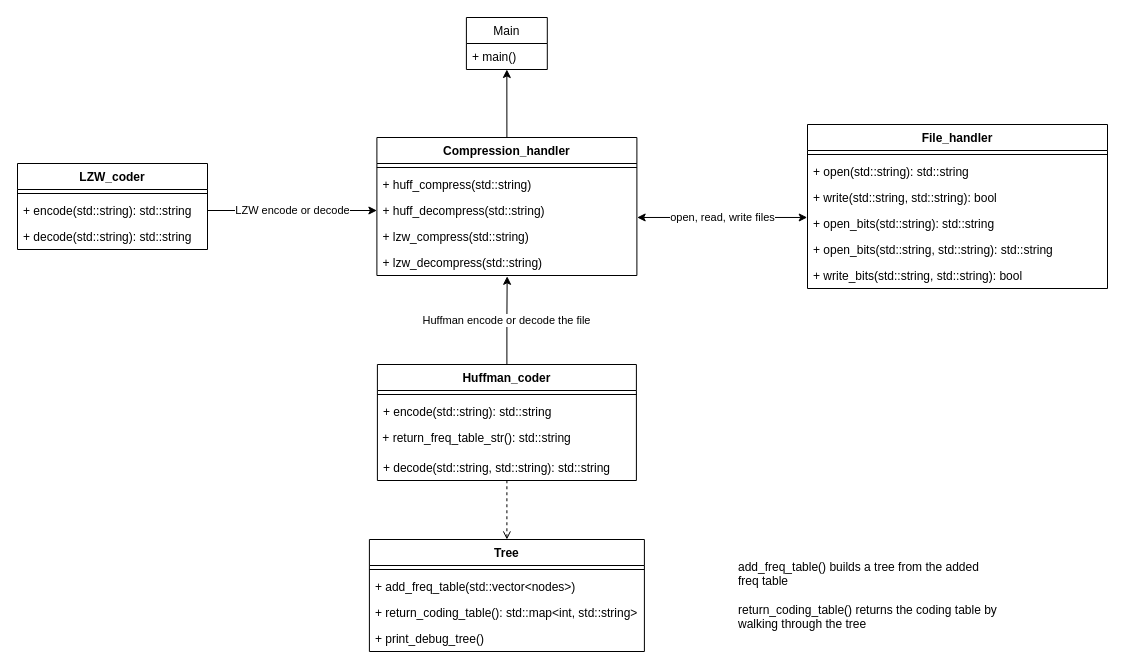
Earlier version of the draw.io diagram docs/drawio/Overview.drawio (pip12345/Compression). Source tidied: cells renumbered, new cells numbered last; positions are measured from the earlier drawing's top-left corner, leaving out a move shared by most shapes. Both pictures are drawn from the tidied source at 100%, with x=0, y=0 at pixel (17, 17).
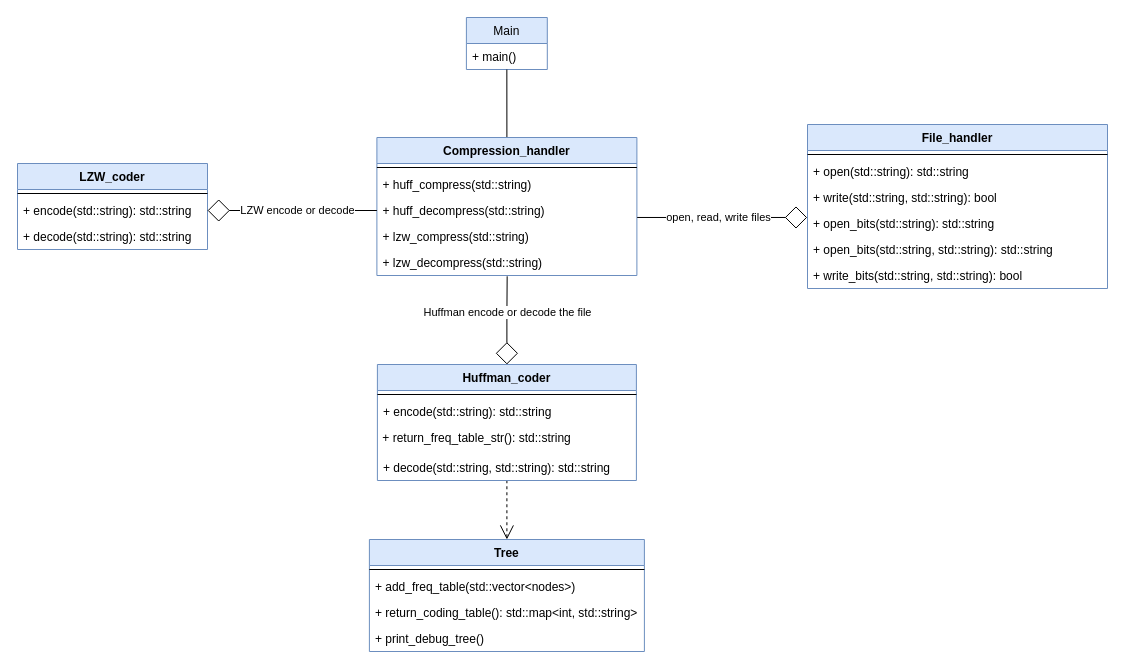
Above is the later version.

Change to the diagram source:
```diff
@@
-    <mxCell id="2" value="Main" style="swimlane;fontStyle=0;horizontal=1;startSize=26;fillColor=none;" parent="1" vertex="1">
+    <mxCell id="2" value="Main" style="swimlane;fontStyle=0;horizontal=1;startSize=26;fillColor=#dae8fc;strokeColor=#6c8ebf;" parent="1" vertex="1">
       <mxGeometry x="448.9" width="80.9" height="52" as="geometry" />
     </mxCell>
-    <mxCell id="3" value="+ main()" style="text;strokeColor=none;fillColor=none;align=left;verticalAlign=top;spacingLeft=4;spacingRight=4;overflow=hidden;" parent="2" vertex="1">
+    <mxCell id="3" value="+ main()" style="text;align=left;verticalAlign=top;spacingLeft=4;spacingRight=4;overflow=hidden;" parent="2" vertex="1">
       <mxGeometry y="26" width="80.9" height="26" as="geometry" />
     </mxCell>
-    <mxCell id="4" style="edgeStyle=orthogonalEdgeStyle;rounded=0;jettySize=auto;html=1;exitX=0.5;exitY=0;exitDx=0;exitDy=0;entryX=0.5;entryY=1;entryDx=0;entryDy=0;" parent="1" edge="1" source="5" target="2">
+    <mxCell id="4" style="edgeStyle=orthogonalEdgeStyle;rounded=0;jettySize=auto;html=1;exitX=0.5;exitY=0;exitDx=0;exitDy=0;entryX=0.5;entryY=1;entryDx=0;entryDy=0;endArrow=none;endFill=0;" parent="1" edge="1" source="5" target="2">
       <mxGeometry relative="1" as="geometry" />
     </mxCell>
-    <mxCell id="5" value="Compression_handler" style="swimlane;fontStyle=1;align=center;verticalAlign=top;horizontal=1;startSize=26;" parent="1" vertex="1">
+    <mxCell id="5" value="Compression_handler" style="swimlane;fontStyle=1;align=center;verticalAlign=top;horizontal=1;startSize=26;fillColor=#dae8fc;strokeColor=#6c8ebf;" parent="1" vertex="1">
       <mxGeometry x="359.4" y="120" width="260" height="138" as="geometry" />
     </mxCell>
@@
-    <mxCell id="7" value="+ huff_compress(std::string)&#10;" style="text;strokeColor=none;fillColor=none;align=left;verticalAlign=top;spacingLeft=4;spacingRight=4;overflow=hidden;" parent="5" vertex="1">
+    <mxCell id="7" value="+ huff_compress(std::string)&#10;" style="text;align=left;verticalAlign=top;spacingLeft=4;spacingRight=4;overflow=hidden;" parent="5" vertex="1">
       <mxGeometry y="34" width="260" height="26" as="geometry" />
     </mxCell>
-    <mxCell id="8" value="+ huff_decompress(std::string)&#10;" style="text;strokeColor=none;fillColor=none;align=left;verticalAlign=top;spacingLeft=4;spacingRight=4;overflow=hidden;points=[[0,0.5],[1,0.5]];portConstraint=eastwest;" parent="5" vertex="1">
+    <mxCell id="8" value="+ huff_decompress(std::string)&#10;" style="text;align=left;verticalAlign=top;spacingLeft=4;spacingRight=4;overflow=hidden;points=[[0,0.5],[1,0.5]];portConstraint=eastwest;" parent="5" vertex="1">
       <mxGeometry y="60" width="260" height="26" as="geometry" />
     </mxCell>
-    <mxCell id="9" value="+ lzw_compress(std::string)&#10;" style="text;strokeColor=none;fillColor=none;align=left;verticalAlign=top;spacingLeft=4;spacingRight=4;overflow=hidden;" parent="5" vertex="1">
+    <mxCell id="9" value="+ lzw_compress(std::string)&#10;" style="text;align=left;verticalAlign=top;spacingLeft=4;spacingRight=4;overflow=hidden;" parent="5" vertex="1">
       <mxGeometry y="86" width="260" height="26" as="geometry" />
     </mxCell>
-    <mxCell id="10" value="+ lzw_decompress(std::string)&#10;" style="text;strokeColor=none;fillColor=none;align=left;verticalAlign=top;spacingLeft=4;spacingRight=4;overflow=hidden;points=[[0,0.5],[1,0.5]];portConstraint=eastwest;" parent="5" vertex="1">
+    <mxCell id="10" value="+ lzw_decompress(std::string)&#10;" style="text;align=left;verticalAlign=top;spacingLeft=4;spacingRight=4;overflow=hidden;points=[[0,0.5],[1,0.5]];portConstraint=eastwest;" parent="5" vertex="1">
       <mxGeometry y="112" width="260" height="26" as="geometry" />
     </mxCell>
-    <mxCell id="11" value="File_handler" style="swimlane;fontStyle=1;align=center;verticalAlign=top;horizontal=1;startSize=26;" parent="1" vertex="1">
+    <mxCell id="11" value="File_handler" style="swimlane;fontStyle=1;align=center;verticalAlign=top;horizontal=1;startSize=26;fillColor=#dae8fc;strokeColor=#6c8ebf;" parent="1" vertex="1">
       <mxGeometry x="790" y="107" width="300" height="164" as="geometry" />
     </mxCell>
@@
-    <mxCell id="13" value="+ open(std::string): std::string" style="text;strokeColor=none;fillColor=none;align=left;verticalAlign=top;spacingLeft=4;spacingRight=4;overflow=hidden;" parent="11" vertex="1">
+    <mxCell id="13" value="+ open(std::string): std::string" style="text;align=left;verticalAlign=top;spacingLeft=4;spacingRight=4;overflow=hidden;" parent="11" vertex="1">
       <mxGeometry y="34" width="300" height="26" as="geometry" />
     </mxCell>
-    <mxCell id="14" value="+ write(std::string, std::string): bool" style="text;strokeColor=none;fillColor=none;align=left;verticalAlign=top;spacingLeft=4;spacingRight=4;overflow=hidden;" parent="11" vertex="1">
+    <mxCell id="14" value="+ write(std::string, std::string): bool" style="text;align=left;verticalAlign=top;spacingLeft=4;spacingRight=4;overflow=hidden;" parent="11" vertex="1">
       <mxGeometry y="60" width="300" height="26" as="geometry" />
     </mxCell>
-    <mxCell id="15" value="+ open_bits(std::string): std::string" style="text;strokeColor=none;fillColor=none;align=left;verticalAlign=top;spacingLeft=4;spacingRight=4;overflow=hidden;points=[[0,0.5],[1,0.5]];portConstraint=eastwest;" parent="11" vertex="1">
+    <mxCell id="15" value="+ open_bits(std::string): std::string" style="text;align=left;verticalAlign=top;spacingLeft=4;spacingRight=4;overflow=hidden;points=[[0,0.5],[1,0.5]];portConstraint=eastwest;" parent="11" vertex="1">
       <mxGeometry y="86" width="300" height="26" as="geometry" />
     </mxCell>
-    <mxCell id="16" value="+ open_bits(std::string, std::string): std::string" style="text;strokeColor=none;fillColor=none;align=left;verticalAlign=top;spacingLeft=4;spacingRight=4;overflow=hidden;" parent="11" vertex="1">
+    <mxCell id="16" value="+ open_bits(std::string, std::string): std::string" style="text;align=left;verticalAlign=top;spacingLeft=4;spacingRight=4;overflow=hidden;" parent="11" vertex="1">
       <mxGeometry y="112" width="300" height="26" as="geometry" />
     </mxCell>
-    <mxCell id="17" value="+ write_bits(std::string, std::string): bool" style="text;strokeColor=none;fillColor=none;align=left;verticalAlign=top;spacingLeft=4;spacingRight=4;overflow=hidden;" parent="11" vertex="1">
+    <mxCell id="17" value="+ write_bits(std::string, std::string): bool" style="text;align=left;verticalAlign=top;spacingLeft=4;spacingRight=4;overflow=hidden;" parent="11" vertex="1">
       <mxGeometry y="138" width="300" height="26" as="geometry" />
     </mxCell>
-    <mxCell id="18" style="edgeStyle=orthogonalEdgeStyle;rounded=0;jettySize=auto;html=1;exitX=0.5;exitY=0;exitDx=0;exitDy=0;entryX=0.5;entryY=1;entryDx=0;entryDy=0;startArrow=open;startFill=0;endArrow=none;endFill=0;dashed=1;" parent="1" edge="1" source="19" target="25">
+    <mxCell id="18" style="edgeStyle=orthogonalEdgeStyle;rounded=0;jettySize=auto;html=1;exitX=0.5;exitY=0;exitDx=0;exitDy=0;entryX=0.5;entryY=1;entryDx=0;entryDy=0;startArrow=open;startFill=0;endArrow=none;endFill=0;startSize=12;endSize=12;dashed=1;" parent="1" edge="1" source="19" target="25">
       <mxGeometry relative="1" as="geometry" />
     </mxCell>
-    <mxCell id="19" value="Tree" style="swimlane;fontStyle=1;align=center;verticalAlign=top;horizontal=1;startSize=26;" parent="1" vertex="1">
+    <mxCell id="19" value="Tree" style="swimlane;fontStyle=1;align=center;verticalAlign=top;horizontal=1;startSize=26;fillColor=#dae8fc;strokeColor=#6c8ebf;" parent="1" vertex="1">
       <mxGeometry x="351.9" y="522" width="275" height="112" as="geometry" />
     </mxCell>
@@
-    <mxCell id="21" value="+ add_freq_table(std::vector&lt;nodes&gt;)" style="text;strokeColor=none;fillColor=none;align=left;verticalAlign=top;spacingLeft=4;spacingRight=4;overflow=hidden;" parent="19" vertex="1">
+    <mxCell id="21" value="+ add_freq_table(std::vector&lt;nodes&gt;)" style="text;align=left;verticalAlign=top;spacingLeft=4;spacingRight=4;overflow=hidden;" parent="19" vertex="1">
       <mxGeometry y="34" width="275" height="26" as="geometry" />
     </mxCell>
-    <mxCell id="22" value="+ return_coding_table(): std::map&lt;int, std::string&gt;" style="text;strokeColor=none;fillColor=none;align=left;verticalAlign=top;spacingLeft=4;spacingRight=4;overflow=hidden;" parent="19" vertex="1">
+    <mxCell id="22" value="+ return_coding_table(): std::map&lt;int, std::string&gt;" style="text;align=left;verticalAlign=top;spacingLeft=4;spacingRight=4;overflow=hidden;" parent="19" vertex="1">
       <mxGeometry y="60" width="275" height="26" as="geometry" />
     </mxCell>
-    <mxCell id="23" value="+ print_debug_tree()" style="text;strokeColor=none;fillColor=none;align=left;verticalAlign=top;spacingLeft=4;spacingRight=4;overflow=hidden;" parent="19" vertex="1">
+    <mxCell id="23" value="+ print_debug_tree()" style="text;align=left;verticalAlign=top;spacingLeft=4;spacingRight=4;overflow=hidden;" parent="19" vertex="1">
       <mxGeometry y="86" width="275" height="26" as="geometry" />
     </mxCell>
-    <mxCell id="24" value="Huffman encode or decode the file" style="edgeStyle=orthogonalEdgeStyle;rounded=0;jettySize=auto;html=1;exitX=0.5;exitY=0;exitDx=0;exitDy=0;startArrow=none;startFill=0;entryX=0.501;entryY=1.031;entryDx=0;entryDy=0;entryPerimeter=0;" parent="1" edge="1" source="25" target="10">
-      <mxGeometry relative="1" as="geometry" />
+    <mxCell id="24" value="Huffman encode or decode the file" style="edgeStyle=orthogonalEdgeStyle;rounded=0;jettySize=auto;html=1;exitX=0.5;exitY=0;exitDx=0;exitDy=0;startArrow=diamond;startFill=0;entryX=0.501;entryY=1.031;entryDx=0;entryDy=0;entryPerimeter=0;endArrow=none;endFill=0;strokeWidth=1;endSize=20;startSize=20;" parent="1" edge="1" source="25" target="10">
+      <mxGeometry x="0.19" relative="1" as="geometry">
+        <mxPoint y="1" as="offset" />
+      </mxGeometry>
     </mxCell>
-    <mxCell id="25" value="Huffman_coder" style="swimlane;fontStyle=1;align=center;verticalAlign=top;horizontal=1;startSize=26;" parent="1" vertex="1">
+    <mxCell id="25" value="Huffman_coder" style="swimlane;fontStyle=1;align=center;verticalAlign=top;horizontal=1;startSize=26;fillColor=#dae8fc;strokeColor=#6c8ebf;" parent="1" vertex="1">
       <mxGeometry x="359.9" y="347" width="259" height="116" as="geometry" />
     </mxCell>
@@
-    <mxCell id="27" value="+ encode(std::string): std::string" style="text;strokeColor=none;fillColor=none;align=left;verticalAlign=top;spacingLeft=4;spacingRight=4;overflow=hidden;" parent="25" vertex="1">
+    <mxCell id="27" value="+ encode(std::string): std::string" style="text;align=left;verticalAlign=top;spacingLeft=4;spacingRight=4;overflow=hidden;" parent="25" vertex="1">
       <mxGeometry y="34" width="259" height="26" as="geometry" />
     </mxCell>
@@
-    <mxCell id="29" value="+ decode(std::string, std::string): std::string" style="text;strokeColor=none;fillColor=none;align=left;verticalAlign=top;spacingLeft=4;spacingRight=4;overflow=hidden;" parent="25" vertex="1">
+    <mxCell id="29" value="+ decode(std::string, std::string): std::string" style="text;align=left;verticalAlign=top;spacingLeft=4;spacingRight=4;overflow=hidden;" parent="25" vertex="1">
       <mxGeometry y="90" width="259" height="26" as="geometry" />
     </mxCell>
-    <mxCell id="30" value="add_freq_table() builds a tree from the added freq table&lt;br&gt;&lt;br&gt;return_coding_table() returns the coding table by walking through the tree" style="text;html=1;strokeColor=none;fillColor=none;align=left;verticalAlign=middle;whiteSpace=wrap;rounded=0;" parent="1" vertex="1">
-      <mxGeometry x="718.8" y="523" width="265" height="110" as="geometry" />
-    </mxCell>
-    <mxCell id="31" value="open, read, write files" style="edgeStyle=orthogonalEdgeStyle;rounded=0;jettySize=auto;html=1;exitX=-0.001;exitY=0.268;exitDx=0;exitDy=0;entryX=1.001;entryY=0.768;entryDx=0;entryDy=0;startArrow=classic;startFill=1;exitPerimeter=0;entryPerimeter=0;" parent="1" edge="1" source="15" target="8">
-      <mxGeometry relative="1" as="geometry" />
+    <mxCell id="31" value="open, read, write files" style="edgeStyle=orthogonalEdgeStyle;rounded=0;jettySize=auto;html=1;exitX=-0.001;exitY=0.268;exitDx=0;exitDy=0;entryX=1.001;entryY=0.768;entryDx=0;entryDy=0;startArrow=diamond;startFill=0;exitPerimeter=0;entryPerimeter=0;endArrow=none;endFill=0;endSize=20;startSize=20;" parent="1" edge="1" source="15" target="8">
+      <mxGeometry x="0.05" relative="1" as="geometry">
+        <Array as="points">
+          <mxPoint x="700" y="200" />
+          <mxPoint x="700" y="200" />
+        </Array>
+      </mxGeometry>
     </mxCell>
-    <mxCell id="32" value="LZW_coder" style="swimlane;fontStyle=1;align=center;verticalAlign=top;horizontal=1;startSize=26;" parent="1" vertex="1">
+    <mxCell id="32" value="LZW_coder" style="swimlane;fontStyle=1;align=center;verticalAlign=top;horizontal=1;startSize=26;fillColor=#dae8fc;strokeColor=#6c8ebf;" parent="1" vertex="1">
       <mxGeometry y="146" width="190" height="86" as="geometry" />
     </mxCell>
@@
-    <mxCell id="34" value="+ encode(std::string): std::string" style="text;strokeColor=none;fillColor=none;align=left;verticalAlign=top;spacingLeft=4;spacingRight=4;overflow=hidden;points=[[0,0.5],[1,0.5]];portConstraint=eastwest;" parent="32" vertex="1">
+    <mxCell id="34" value="+ encode(std::string): std::string" style="text;align=left;verticalAlign=top;spacingLeft=4;spacingRight=4;overflow=hidden;points=[[0,0.5],[1,0.5]];portConstraint=eastwest;" parent="32" vertex="1">
       <mxGeometry y="34" width="190" height="26" as="geometry" />
     </mxCell>
-    <mxCell id="35" value="+ decode(std::string): std::string" style="text;strokeColor=none;fillColor=none;align=left;verticalAlign=top;spacingLeft=4;spacingRight=4;overflow=hidden;" parent="32" vertex="1">
+    <mxCell id="35" value="+ decode(std::string): std::string" style="text;align=left;verticalAlign=top;spacingLeft=4;spacingRight=4;overflow=hidden;" parent="32" vertex="1">
       <mxGeometry y="60" width="190" height="26" as="geometry" />
     </mxCell>
-    <mxCell id="36" value="LZW encode or decode" style="edgeStyle=orthogonalEdgeStyle;rounded=0;jettySize=auto;html=1;exitX=1;exitY=0.5;exitDx=0;exitDy=0;entryX=0;entryY=0.5;entryDx=0;entryDy=0;" parent="1" edge="1" source="34" target="8">
-      <mxGeometry relative="1" as="geometry" />
+    <mxCell id="36" value="LZW encode or decode" style="edgeStyle=orthogonalEdgeStyle;rounded=0;jettySize=auto;html=1;exitX=1;exitY=0.5;exitDx=0;exitDy=0;entryX=0;entryY=0.5;entryDx=0;entryDy=0;endArrow=none;endFill=0;startArrow=diamond;startFill=0;endSize=20;startSize=20;" parent="1" edge="1" source="34" target="8">
+      <mxGeometry x="0.06" relative="1" as="geometry" />
     </mxCell>
```
